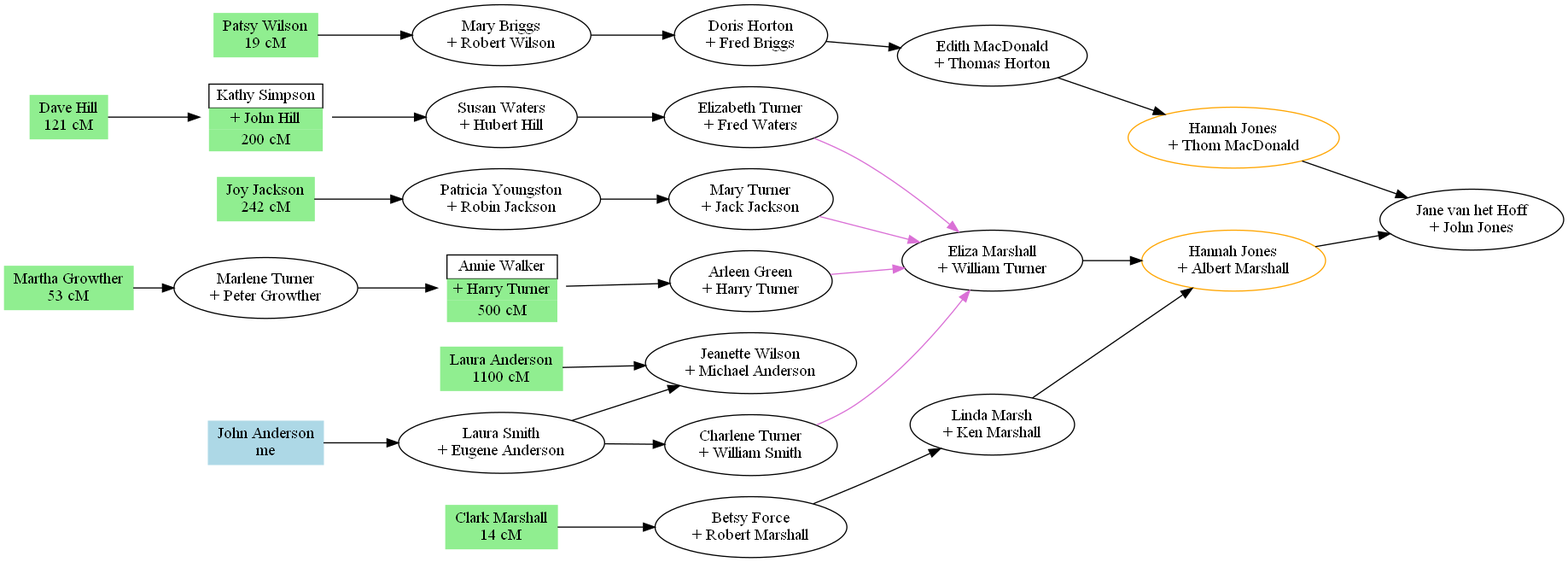
Above: test-data/test-family.png in johnandrea/draw-dna-matches (Graphviz), before the change. Its source is kept beside it as test-data/test-family.dot.
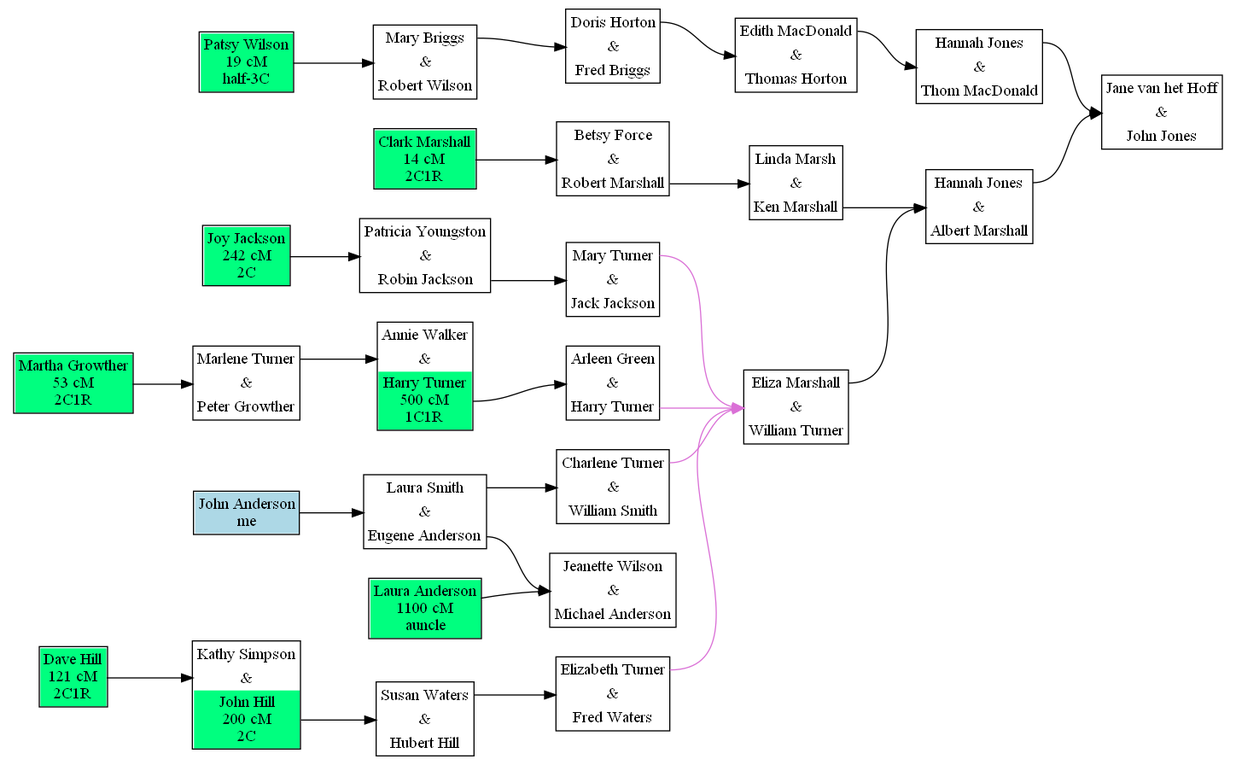
Above is the later version.

What changed in the source:
```diff
@@ -1,68 +1,178 @@
 digraph family {
+node [shape=plaintext];
 rankdir=LR;
-i11 [label="Patsy Wilson\n19 cM", shape="record", style=filled, color=lightgreen];
-f5 [label="Mary Briggs\n+ Robert Wilson"];
-f4 [label="Doris Horton\n+ Fred Briggs"];
-f3 [label="Edith MacDonald\n+ Thomas Horton"];
-f2 [label="Hannah Jones\n+ Thom MacDonald", color=orange];
-f1 [label="Jane van het Hoff\n+ John Jones"];
-f9 [label="Susan Waters\n+ Hubert Hill"];
-f8 [label="Elizabeth Turner\n+ Fred Waters"];
-f7 [label="Eliza Marshall\n+ William Turner"];
-i24 [label="Dave Hill\n121 cM", shape="record", style=filled, color=lightgreen];
+f2 [label=<
+<table cellpadding="3" border="1" cellspacing="0" cellborder="0">
+<tr><td port="w">Hannah Jones</td></tr>
+<tr><td port="u">&amp;</td></tr>
+<tr><td port="h">Thom MacDonald</td></tr>
+</table>>];
+f6 [label=<
+<table cellpadding="3" border="1" cellspacing="0" cellborder="0">
+<tr><td port="w">Hannah Jones</td></tr>
+<tr><td port="u">&amp;</td></tr>
+<tr><td port="h">Albert Marshall</td></tr>
+</table>>];
+f5 [label=<
+<table cellpadding="3" border="1" cellspacing="0" cellborder="0">
+<tr><td port="w">Mary Briggs</td></tr>
+<tr><td port="u">&amp;</td></tr>
+<tr><td port="h">Robert Wilson</td></tr>
+</table>>];
+f4 [label=<
+<table cellpadding="3" border="1" cellspacing="0" cellborder="0">
+<tr><td port="w">Doris Horton</td></tr>
+<tr><td port="u">&amp;</td></tr>
+<tr><td port="h">Fred Briggs</td></tr>
+</table>>];
+f3 [label=<
+<table cellpadding="3" border="1" cellspacing="0" cellborder="0">
+<tr><td port="w">Edith MacDonald</td></tr>
+<tr><td port="u">&amp;</td></tr>
+<tr><td port="h">Thomas Horton</td></tr>
+</table>>];
+f17 [label=<
+<table cellpadding="3" border="1" cellspacing="0" cellborder="0">
+<tr><td port="w">Laura Smith</td></tr>
+<tr><td port="u">&amp;</td></tr>
+<tr><td port="h">Eugene Anderson</td></tr>
+</table>>];
+f16 [label=<
+<table cellpadding="3" border="1" cellspacing="0" cellborder="0">
+<tr><td port="w">Charlene Turner</td></tr>
+<tr><td port="u">&amp;</td></tr>
+<tr><td port="h">William Smith</td></tr>
+</table>>];
+f7 [label=<
+<table cellpadding="3" border="1" cellspacing="0" cellborder="0">
+<tr><td port="w">Eliza Marshall</td></tr>
+<tr><td port="u">&amp;</td></tr>
+<tr><td port="h">William Turner</td></tr>
+</table>>];
+f1 [label=<
+<table cellpadding="3" border="1" cellspacing="0" cellborder="0">
+<tr><td port="w">Jane van het Hoff</td></tr>
+<tr><td port="u">&amp;</td></tr>
+<tr><td port="h">John Jones</td></tr>
+</table>>];
+f9 [label=<
+<table cellpadding="3" border="1" cellspacing="0" cellborder="0">
+<tr><td port="w">Susan Waters</td></tr>
+<tr><td port="u">&amp;</td></tr>
+<tr><td port="h">Hubert Hill</td></tr>
+</table>>];
+f8 [label=<
+<table cellpadding="3" border="1" cellspacing="0" cellborder="0">
+<tr><td port="w">Elizabeth Turner</td></tr>
+<tr><td port="u">&amp;</td></tr>
+<tr><td port="h">Fred Waters</td></tr>
+</table>>];
 f10 [label=<
-<table cellpadding="2" cellborder="0" cellspacing="0" border="0">
-<tr><td border="1"> Kathy Simpson </td></tr>
-<tr><td bgcolor="lightgreen"> + John Hill </td></tr>
-<tr><td bgcolor="lightgreen">200 cM</td></tr>
-</table>
->, shape="none"];
-i28 [label="Joy Jackson\n242 cM", shape="record", style=filled, color=lightgreen];
-f12 [label="Patricia Youngston\n+ Robin Jackson"];
-f11 [label="Mary Turner\n+ Jack Jackson"];
-f13 [label="Arleen Green\n+ Harry Turner"];
-i34 [label="Martha Growther\n53 cM", shape="record", style=filled, color=lightgreen];
-f15 [label="Marlene Turner\n+ Peter Growther"];
+<table cellpadding="3" border="1" cellspacing="0" cellborder="0">
+<tr><td port="w">Kathy Simpson</td></tr>
+<tr><td port="u">&amp;</td></tr>
+<tr><td port="h" bgcolor="springgreen">John Hill<br/>200 cM<br/>2C</td></tr>
+</table>>];
+f12 [label=<
+<table cellpadding="3" border="1" cellspacing="0" cellborder="0">
+<tr><td port="w">Patricia Youngston</td></tr>
+<tr><td port="u">&amp;</td></tr>
+<tr><td port="h">Robin Jackson</td></tr>
+</table>>];
+f11 [label=<
+<table cellpadding="3" border="1" cellspacing="0" cellborder="0">
+<tr><td port="w">Mary Turner</td></tr>
+<tr><td port="u">&amp;</td></tr>
+<tr><td port="h">Jack Jackson</td></tr>
+</table>>];
+f13 [label=<
+<table cellpadding="3" border="1" cellspacing="0" cellborder="0">
+<tr><td port="w">Arleen Green</td></tr>
+<tr><td port="u">&amp;</td></tr>
+<tr><td port="h">Harry Turner</td></tr>
+</table>>];
+f15 [label=<
+<table cellpadding="3" border="1" cellspacing="0" cellborder="0">
+<tr><td port="w">Marlene Turner</td></tr>
+<tr><td port="u">&amp;</td></tr>
+<tr><td port="h">Peter Growther</td></tr>
+</table>>];
 f14 [label=<
-<table cellpadding="2" cellborder="0" cellspacing="0" border="0">
-<tr><td border="1"> Annie Walker </td></tr>
-<tr><td bgcolor="lightgreen"> + Harry Turner </td></tr>
-<tr><td bgcolor="lightgreen">500 cM</td></tr>
-</table>
->, shape="none"];
-i38 [label="John Anderson\nme", shape="record", style=filled, color=lightblue];
-i43 [label="Clark Marshall\n14 cM", shape="record", style=filled, color=lightgreen];
-f19 [label="Betsy Force\n+ Robert Marshall"];
-f18 [label="Linda Marsh\n+ Ken Marshall"];
-f6 [label="Hannah Jones\n+ Albert Marshall", color=orange];
-i46 [label="Laura Anderson\n1100 cM", shape="record", style=filled, color=lightgreen];
-f20 [label="Jeanette Wilson\n+ Michael Anderson"];
-f17 [label="Laura Smith\n+ Eugene Anderson"];
-f16 [label="Charlene Turner\n+ William Smith"];
-i11 -> f5;
-f5 -> f4;
-f4 -> f3;
-f3 -> f2;
-f2 -> f1;
-i24 -> f10;
-f10 -> f9;
-f9 -> f8;
-f8 -> f7 [color=orchid];
-i28 -> f12;
-f12 -> f11;
-f11 -> f7 [color=orchid];
-i34 -> f15;
-f15 -> f14;
-f14 -> f13;
-f13 -> f7 [color=orchid];
-i43 -> f19;
-f19 -> f18;
-f18 -> f6;
-i46 -> f20;
-i38 -> f17;
-f17 -> f16;
-f16 -> f7 [color=orchid];
-f7 -> f6;
-f6 -> f1;
-f17 -> f20;
+<table cellpadding="3" border="1" cellspacing="0" cellborder="0">
+<tr><td port="w">Annie Walker</td></tr>
+<tr><td port="u">&amp;</td></tr>
+<tr><td port="h" bgcolor="springgreen">Harry Turner<br/>500 cM<br/>1C1R</td></tr>
+</table>>];
+f19 [label=<
+<table cellpadding="3" border="1" cellspacing="0" cellborder="0">
+<tr><td port="w">Betsy Force</td></tr>
+<tr><td port="u">&amp;</td></tr>
+<tr><td port="h">Robert Marshall</td></tr>
+</table>>];
+f18 [label=<
+<table cellpadding="3" border="1" cellspacing="0" cellborder="0">
+<tr><td port="w">Linda Marsh</td></tr>
+<tr><td port="u">&amp;</td></tr>
+<tr><td port="h">Ken Marshall</td></tr>
+</table>>];
+f20 [label=<
+<table cellpadding="3" border="1" cellspacing="0" cellborder="0">
+<tr><td port="w">Jeanette Wilson</td></tr>
+<tr><td port="u">&amp;</td></tr>
+<tr><td port="h">Michael Anderson</td></tr>
+</table>>];
+i34 [label=<
+<table cellpadding="3" border="1" cellspacing="0" cellborder="0">
+<tr><td port="i" bgcolor="springgreen">Martha Growther<br/>53 cM<br/>2C1R</td></tr>
+</table>>];
+i43 [label=<
+<table cellpadding="3" border="1" cellspacing="0" cellborder="0">
+<tr><td port="i" bgcolor="springgreen">Clark Marshall<br/>14 cM<br/>2C1R</td></tr>
+</table>>];
+i46 [label=<
+<table cellpadding="3" border="1" cellspacing="0" cellborder="0">
+<tr><td port="i" bgcolor="springgreen">Laura Anderson<br/>1100 cM<br/>auncle</td></tr>
+</table>>];
+i24 [label=<
+<table cellpadding="3" border="1" cellspacing="0" cellborder="0">
+<tr><td port="i" bgcolor="springgreen">Dave Hill<br/>121 cM<br/>2C1R</td></tr>
+</table>>];
+i11 [label=<
+<table cellpadding="3" border="1" cellspacing="0" cellborder="0">
+<tr><td port="i" bgcolor="springgreen">Patsy Wilson<br/>19 cM<br/>half-3C</td></tr>
+</table>>];
+i38 [label=<
+<table cellpadding="3" border="1" cellspacing="0" cellborder="0">
+<tr><td port="i" bgcolor="lightblue">John Anderson<br/>me</td></tr>
+</table>>];
+i28 [label=<
+<table cellpadding="3" border="1" cellspacing="0" cellborder="0">
+<tr><td port="i" bgcolor="springgreen">Joy Jackson<br/>242 cM<br/>2C</td></tr>
+</table>>];
+f14:h -> f13:u;
+f4:w -> f3:u;
+f16:w -> f7:u [color=orchid];
+f13:h -> f7:u [color=orchid];
+i43:i -> f19:u;
+f11:w -> f7:u [color=orchid];
+f12:h -> f11:u;
+i38:i -> f17:u;
+f17:h -> f20:u;
+f2:w -> f1:u;
+f6:w -> f1:u;
+i46:i -> f20:u;
+f17:w -> f16:u;
+f18:h -> f6:u;
+f10:h -> f9:u;
+f19:h -> f18:u;
+f8:w -> f7:u [color=orchid];
+f3:w -> f2:u;
+f7:w -> f6:u;
+f15:w -> f14:u;
+i28:i -> f12:u;
+i34:i -> f15:u;
+i24:i -> f10:u;
+i11:i -> f5:u;
+f5:w -> f4:u;
+f9:w -> f8:u;
 }
```
